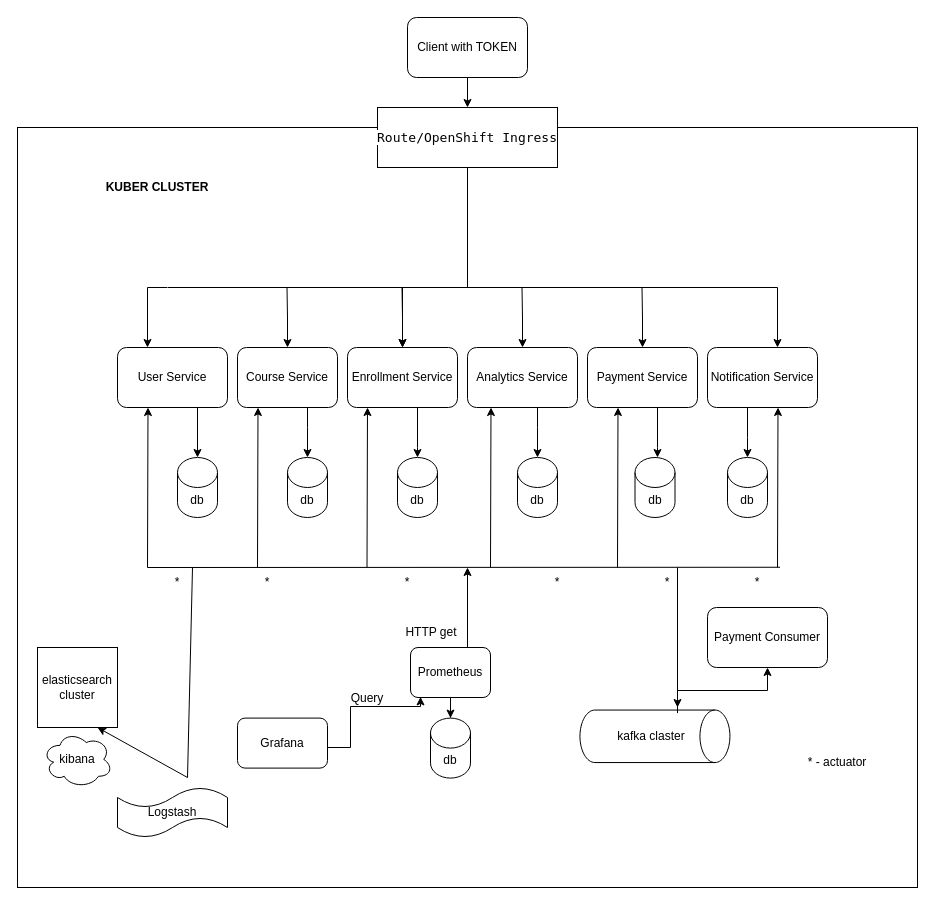
This is Диаграмма без названия.drawio from rishaleva/testTransactional, a draw.io file, before an edit. Source tidied: cells renumbered, new cells numbered last; positions are measured from the earlier drawing's top-left corner, leaving out a move shared by most shapes. Both pictures are drawn from the tidied source at 100%, with x=0, y=0 at pixel (17, 17).
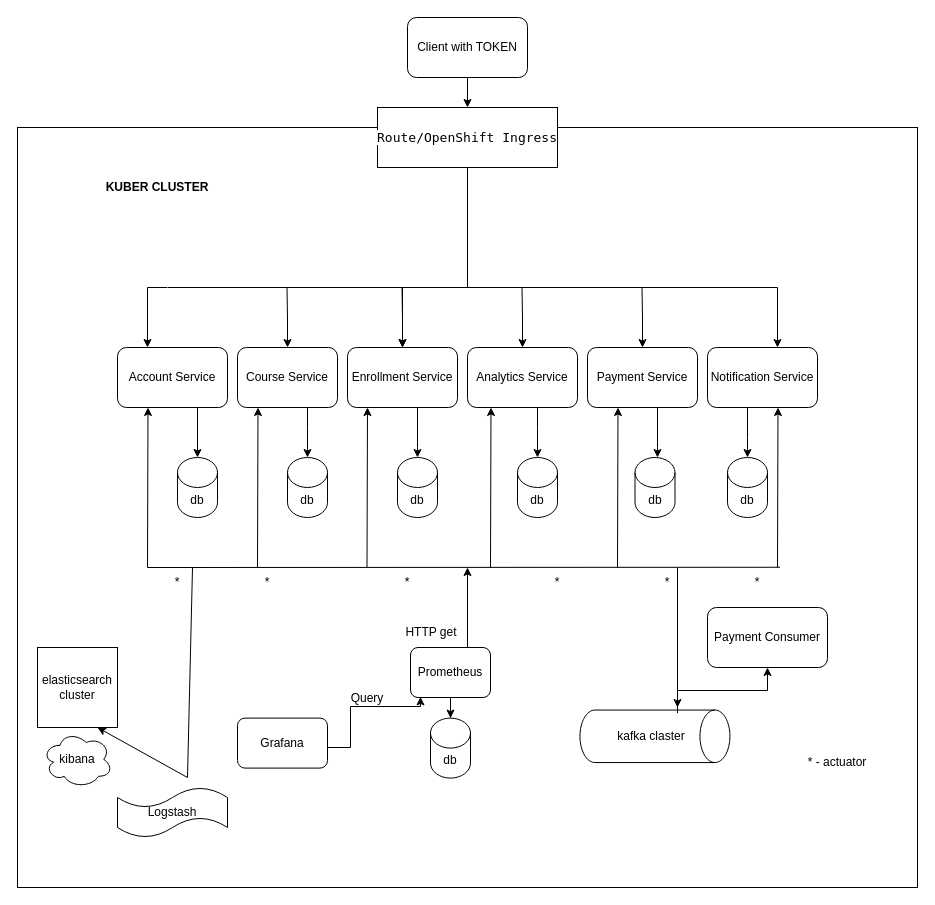
Above is the later version.

Diff of the diagram source:
```diff
@@
-    <mxCell id="3" value="User Service" style="rounded=1;whiteSpace=wrap;html=1;direction=west;" parent="1" vertex="1">
+    <mxCell id="3" value="Account Service" style="rounded=1;whiteSpace=wrap;html=1;direction=west;" parent="1" vertex="1">
       <mxGeometry x="100" y="330" width="110" height="60" as="geometry" />
     </mxCell>
```
